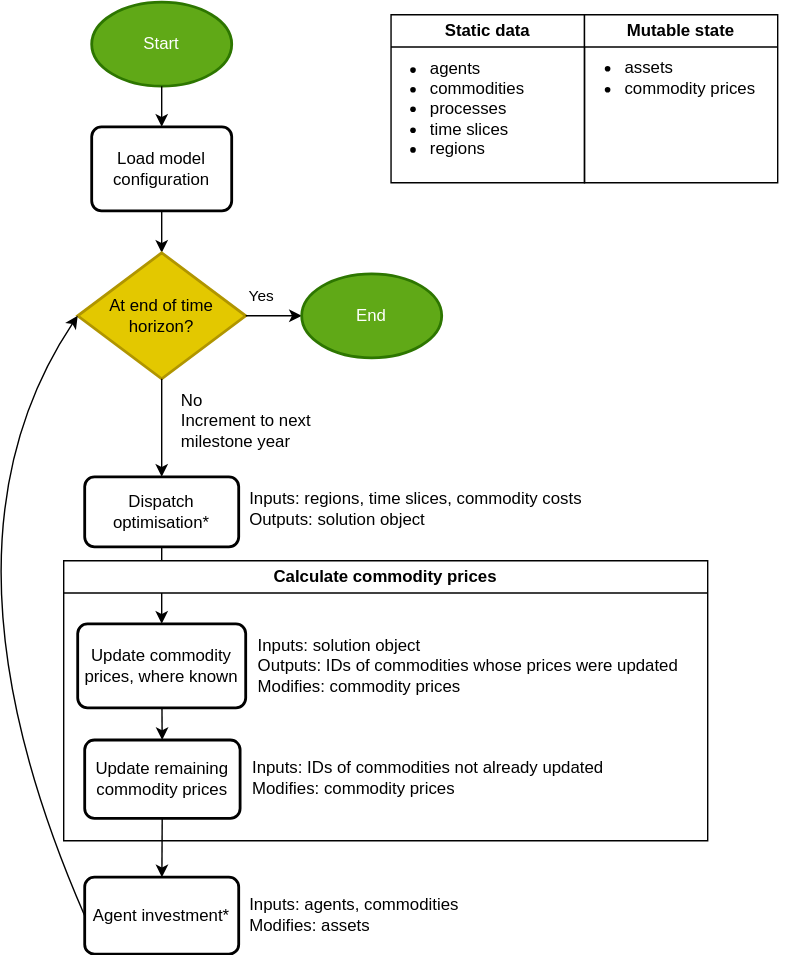
This is docs/images/model_overview.drawio.svg from EnergySystemsModellingLab/MUSE_2.0, a draw.io export, as it was before one commit. Source tidied: cells renumbered, new cells last; positions are measured from the earlier drawing's top-left corner, leaving out a move shared by most shapes.
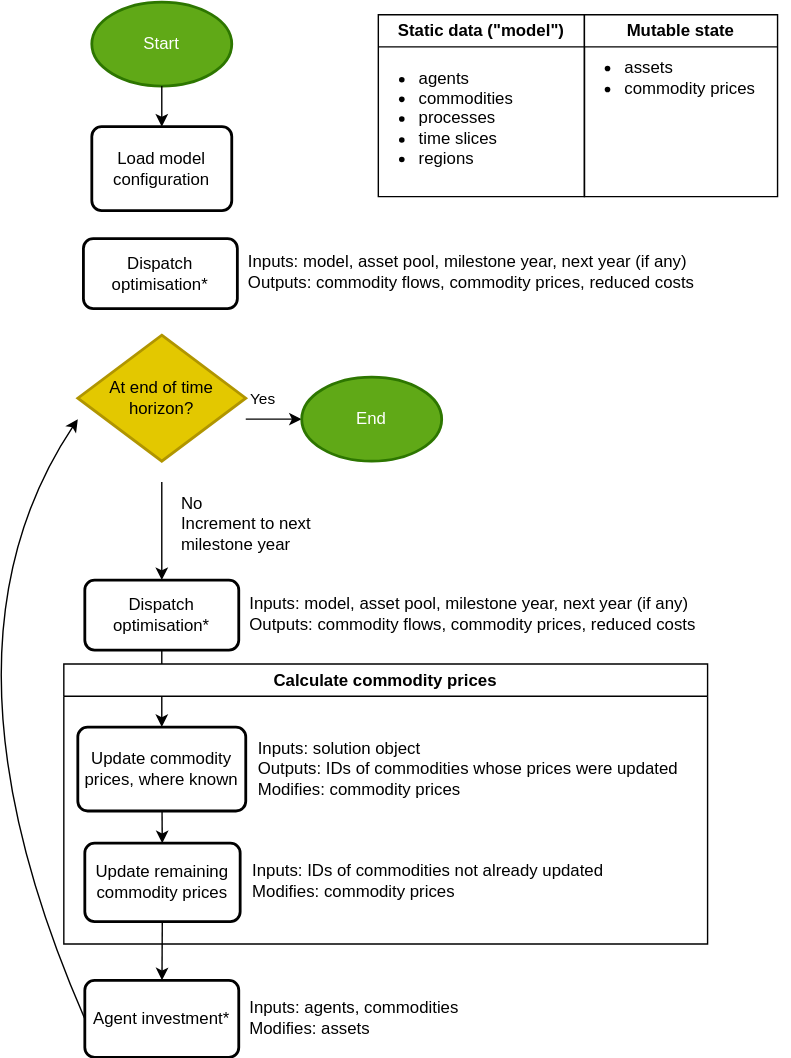
Later version of the same file.

Change to the diagram source:
```diff
@@ -2,25 +2,30 @@
   <root>
     <mxCell id="0" />
     <mxCell id="1" parent="0" />
+    <mxCell id="22" style="group;" parent="1" vertex="1">
+      <mxGeometry x="310" y="-65" width="162" height="130" as="geometry" />
+    </mxCell>
+    <mxCell id="23" value="Static data (&quot;model&quot;)" style="swimlane;whiteSpace=wrap;html=1;" parent="22" vertex="1">
+      <mxGeometry x="14.7" width="147.3" height="130" as="geometry" />
+    </mxCell>
+    <mxCell id="24" value="&lt;ul&gt;&lt;li&gt;agents&lt;/li&gt;&lt;li style=&quot;&quot;&gt;commodities&lt;/li&gt;&lt;li style=&quot;&quot;&gt;processes&lt;/li&gt;&lt;li style=&quot;&quot;&gt;time slices&lt;/li&gt;&lt;li style=&quot;&quot;&gt;regions&lt;/li&gt;&lt;/ul&gt;" style="text;html=1;align=left;verticalAlign=middle;strokeColor=none;fillColor=none;" parent="23" vertex="1">
+      <mxGeometry x="-12.7" y="18.7" width="130" height="110" as="geometry" />
+    </mxCell>
     <mxCell id="2" value="Start" style="strokeWidth=2;html=1;shape=mxgraph.flowchart.start_1;whiteSpace=wrap;fillColor=#60a917;fontColor=#ffffff;strokeColor=#2D7600;" parent="1" vertex="1">
-      <mxGeometry x="120" width="100" height="60" as="geometry" />
+      <mxGeometry x="120" y="-74" width="100" height="60" as="geometry" />
     </mxCell>
     <mxCell id="3" value="Load model configuration" style="rounded=1;whiteSpace=wrap;html=1;absoluteArcSize=1;arcSize=14;strokeWidth=2;" parent="1" vertex="1">
-      <mxGeometry x="120" y="89" width="100" height="60" as="geometry" />
+      <mxGeometry x="120" y="15" width="100" height="60" as="geometry" />
     </mxCell>
     <mxCell id="4" style="endArrow=classic;html=1;exitX=0.5;exitY=1;exitDx=0;exitDy=0;exitPerimeter=0;entryX=0.5;entryY=0;entryDx=0;entryDy=0;" parent="1" edge="1" source="2" target="3">
       <mxGeometry relative="1" as="geometry" />
     </mxCell>
-    <mxCell id="5" style="endArrow=classic;html=1;exitX=0.5;exitY=1;exitDx=0;exitDy=0;" parent="1" edge="1" source="3">
-      <mxGeometry relative="1" as="geometry">
-        <mxPoint x="170" y="179" as="targetPoint" />
-      </mxGeometry>
-    </mxCell>
     <mxCell id="6" value="At end of time horizon?" style="strokeWidth=2;html=1;shape=mxgraph.flowchart.decision;whiteSpace=wrap;fillColor=#e3c800;fontColor=#000000;strokeColor=#B09500;" parent="1" vertex="1">
-      <mxGeometry x="110" y="179" width="120" height="90" as="geometry" />
+      <mxGeometry x="110" y="164" width="120" height="90" as="geometry" />
     </mxCell>
-    <mxCell id="7" style="endArrow=classic;html=1;exitX=1;exitY=0.5;exitDx=0;exitDy=0;exitPerimeter=0;" parent="1" edge="1" source="6">
+    <mxCell id="7" style="endArrow=classic;html=1;exitX=1;exitY=0.5;exitDx=0;exitDy=0;exitPerimeter=0;" parent="1" edge="1">
       <mxGeometry relative="1" as="geometry">
+        <mxPoint x="230" y="224" as="sourcePoint" />
         <mxPoint x="270" y="224" as="targetPoint" />
       </mxGeometry>
     </mxCell>
@@ -32,11 +37,15 @@
     <mxCell id="9" value="End" style="strokeWidth=2;html=1;shape=mxgraph.flowchart.start_1;whiteSpace=wrap;fillColor=#60a917;fontColor=#ffffff;strokeColor=#2D7600;" parent="1" vertex="1">
       <mxGeometry x="270" y="194" width="100" height="60" as="geometry" />
     </mxCell>
-    <mxCell id="10" style="endArrow=classic;html=1;exitX=0.5;exitY=1;exitDx=0;exitDy=0;exitPerimeter=0;entryX=0.5;entryY=0;entryDx=0;entryDy=0;" parent="1" edge="1" source="6" target="14">
-      <mxGeometry relative="1" as="geometry" />
+    <mxCell id="10" style="endArrow=classic;html=1;exitX=0.5;exitY=1;exitDx=0;exitDy=0;exitPerimeter=0;entryX=0.5;entryY=0;entryDx=0;entryDy=0;" parent="1" edge="1" target="14">
+      <mxGeometry relative="1" as="geometry">
+        <mxPoint x="170" y="269" as="sourcePoint" />
+      </mxGeometry>
     </mxCell>
-    <mxCell id="11" style="edgeStyle=none;html=1;" parent="1" edge="1" source="12" target="6">
-      <mxGeometry relative="1" as="geometry" />
+    <mxCell id="11" style="edgeStyle=none;html=1;" parent="1" edge="1" source="12">
+      <mxGeometry relative="1" as="geometry">
+        <mxPoint x="206" y="269" as="targetPoint" />
+      </mxGeometry>
     </mxCell>
     <mxCell id="12" value="&lt;div style=&quot;text-align: left;&quot;&gt;&lt;span style=&quot;background-color: initial;&quot;&gt;No&lt;/span&gt;&lt;/div&gt;&lt;div style=&quot;text-align: left;&quot;&gt;&lt;span style=&quot;background-color: initial;&quot;&gt;Increment to next&lt;/span&gt;&lt;/div&gt;&lt;div style=&quot;text-align: left;&quot;&gt;&lt;span style=&quot;background-color: initial;&quot;&gt;milestone year&lt;/span&gt;&lt;/div&gt;" style="text;html=1;align=center;verticalAlign=middle;points=[];strokeColor=none;fillColor=none;" parent="1" vertex="1">
       <mxGeometry x="170" y="269" width="120" height="60" as="geometry" />
@@ -47,8 +56,8 @@
     <mxCell id="14" value="Dispatch optimisation*" style="rounded=1;whiteSpace=wrap;html=1;absoluteArcSize=1;arcSize=14;strokeWidth=2;" parent="1" vertex="1">
       <mxGeometry x="115" y="339" width="110" height="50" as="geometry" />
     </mxCell>
-    <mxCell id="15" value="Inputs: regions, time slices, commodity costs&lt;div&gt;Outputs:&lt;span style=&quot;background-color: initial;&quot;&gt;&amp;nbsp;solution object&lt;/span&gt;&lt;/div&gt;" style="text;html=1;align=left;verticalAlign=middle;strokeColor=none;fillColor=none;" parent="1" vertex="1">
-      <mxGeometry x="231" y="342" width="260" height="40" as="geometry" />
+    <mxCell id="15" value="Inputs: model, asset pool, milestone year, next year (if any)&amp;nbsp;&lt;div&gt;Outputs: commodity flows, commodity prices, reduced costs&lt;/div&gt;" style="text;html=1;align=left;verticalAlign=middle;strokeColor=none;fillColor=none;" parent="1" vertex="1">
+      <mxGeometry x="231" y="343" width="340" height="40" as="geometry" />
     </mxCell>
     <mxCell id="16" style="edgeStyle=none;html=1;" parent="1" edge="1" source="17" target="19">
       <mxGeometry relative="1" as="geometry" />
@@ -65,27 +74,19 @@
     <mxCell id="20" value="Inputs: agents, commodities&lt;br&gt;Modifies: assets" style="text;html=1;align=left;verticalAlign=middle;strokeColor=none;fillColor=none;" parent="1" vertex="1">
       <mxGeometry x="231" y="632" width="170" height="40" as="geometry" />
     </mxCell>
-    <mxCell id="21" style="curved=1;endArrow=classic;html=1;entryX=0;entryY=0.5;entryDx=0;entryDy=0;entryPerimeter=0;exitX=0;exitY=0.5;exitDx=0;exitDy=0;" parent="1" edge="1" source="19" target="6">
+    <mxCell id="21" style="curved=1;endArrow=classic;html=1;entryX=0;entryY=0.5;entryDx=0;entryDy=0;entryPerimeter=0;exitX=0;exitY=0.5;exitDx=0;exitDy=0;" parent="1" edge="1" source="19">
       <mxGeometry relative="1" as="geometry">
+        <mxPoint x="110" y="224" as="targetPoint" />
         <Array as="points">
           <mxPoint y="389" />
         </Array>
       </mxGeometry>
     </mxCell>
-    <mxCell id="22" style="group;" parent="1" vertex="1">
-      <mxGeometry x="320" y="9" width="152" height="122" as="geometry" />
-    </mxCell>
-    <mxCell id="23" value="Static data" style="swimlane;whiteSpace=wrap;html=1;" parent="22" vertex="1">
-      <mxGeometry x="13.8" width="138.2" height="120" as="geometry" />
-    </mxCell>
-    <mxCell id="24" value="&lt;ul&gt;&lt;li&gt;agents&lt;/li&gt;&lt;li style=&quot;&quot;&gt;commodities&lt;/li&gt;&lt;li style=&quot;&quot;&gt;processes&lt;/li&gt;&lt;li style=&quot;&quot;&gt;time slices&lt;/li&gt;&lt;li style=&quot;&quot;&gt;regions&lt;/li&gt;&lt;/ul&gt;" style="text;html=1;align=left;verticalAlign=middle;strokeColor=none;fillColor=none;" parent="22" vertex="1">
-      <mxGeometry y="12" width="130" height="110" as="geometry" />
-    </mxCell>
     <mxCell id="25" value="Mutable state" style="swimlane;whiteSpace=wrap;html=1;" parent="1" vertex="1">
-      <mxGeometry x="472" y="9" width="138" height="120" as="geometry" />
+      <mxGeometry x="472" y="-65" width="138" height="130" as="geometry" />
     </mxCell>
     <mxCell id="26" value="&lt;ul&gt;&lt;li&gt;assets&lt;/li&gt;&lt;li&gt;commodity prices&lt;/li&gt;&lt;/ul&gt;" style="text;html=1;align=left;verticalAlign=middle;strokeColor=none;fillColor=none;" parent="1" vertex="1">
-      <mxGeometry x="459" y="19" width="160" height="70" as="geometry" />
+      <mxGeometry x="459" y="-55" width="160" height="70" as="geometry" />
     </mxCell>
     <mxCell id="27" style="edgeStyle=none;html=1;" parent="1" edge="1" source="28" target="17">
       <mxGeometry relative="1" as="geometry" />
@@ -99,5 +100,11 @@
     <mxCell id="30" value="Calculate commodity prices" style="swimlane;whiteSpace=wrap;html=1;" parent="1" vertex="1">
       <mxGeometry x="100" y="399" width="460" height="200" as="geometry" />
     </mxCell>
+    <mxCell id="31" value="Dispatch optimisation*" style="rounded=1;whiteSpace=wrap;html=1;absoluteArcSize=1;arcSize=14;strokeWidth=2;" parent="1" vertex="1">
+      <mxGeometry x="114" y="95" width="110" height="50" as="geometry" />
+    </mxCell>
+    <mxCell id="32" value="Inputs: model, asset pool, milestone year, next year (if any)&amp;nbsp;&lt;div&gt;Outputs: commodity flows, commodity prices, reduced costs&lt;/div&gt;" style="text;html=1;align=left;verticalAlign=middle;strokeColor=none;fillColor=none;" parent="1" vertex="1">
+      <mxGeometry x="230" y="99" width="340" height="40" as="geometry" />
+    </mxCell>
   </root>
 </mxGraphModel>
```
